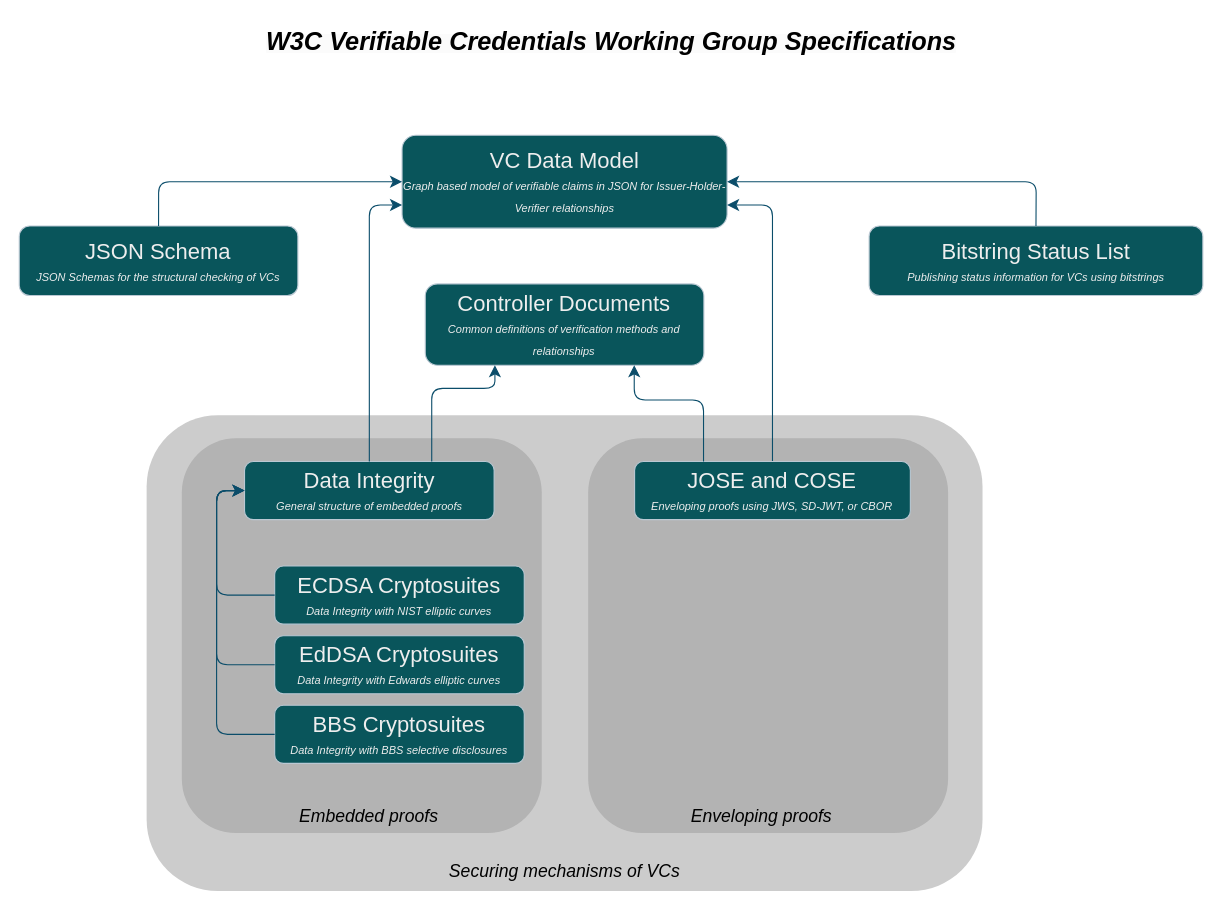
This is assets/VCWG_specifications.drawio from w3c/verifiable-credentials, a draw.io file, before an edit. Source tidied: cells renumbered, new cells numbered last; positions are measured from the earlier drawing's top-left corner, leaving out a move shared by most shapes. Both pictures are drawn from the tidied source at 110%, with x=0, y=0 at pixel (19, 19).
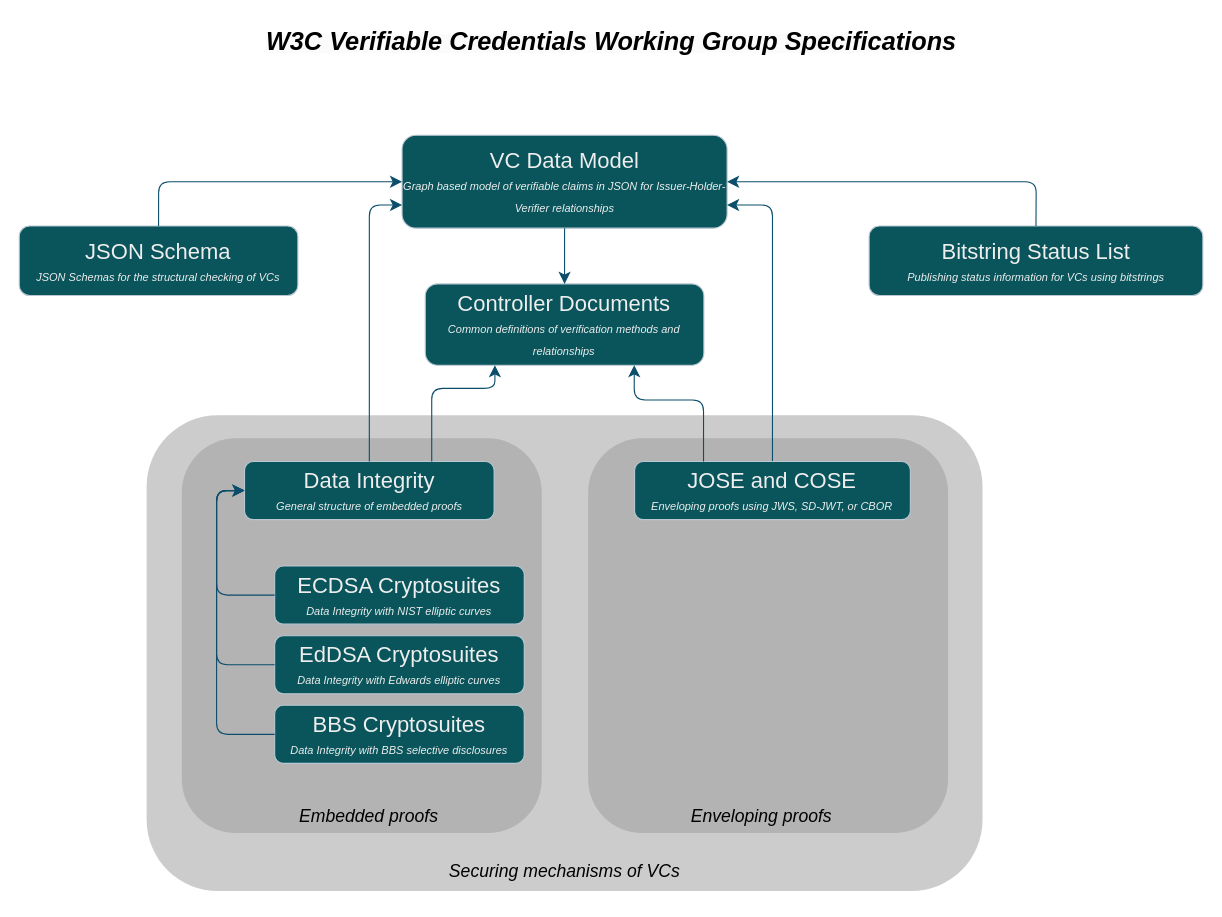
The same diagram, later.

Unchanged cells that the change refers to:
```xml
<mxCell id="5" value="&lt;font style=&quot;font-size: 20px;&quot;&gt;VC Data Model&lt;/font&gt;&lt;br&gt;&lt;font style=&quot;font-size: 10px;&quot;&gt;&lt;i&gt;Graph based model of verifiable claims in JSON for Issuer-Holder-Verifier relationships&lt;/i&gt;&lt;/font&gt;" style="rounded=1;whiteSpace=wrap;html=1;fontSize=16;labelBackgroundColor=none;fillColor=#09555B;strokeColor=#BAC8D3;fontColor=#EEEEEE;" parent="1" vertex="1">
  <mxGeometry x="348" y="105.5" width="295.5" height="84.4" as="geometry" />
</mxCell>
<mxCell id="22" value="&lt;font style=&quot;&quot;&gt;&lt;span style=&quot;font-size: 20px;&quot;&gt;Controller Documents&lt;/span&gt;&lt;/font&gt;&lt;div&gt;&lt;font style=&quot;&quot;&gt;&lt;i style=&quot;font-size: 10px;&quot;&gt;Common definitions of verification methods and relationships&lt;/i&gt;&lt;br&gt;&lt;/font&gt;&lt;/div&gt;" style="rounded=1;whiteSpace=wrap;html=1;fontSize=16;labelBackgroundColor=none;fillColor=#09555B;strokeColor=#BAC8D3;fontColor=#EEEEEE;" parent="1" vertex="1">
  <mxGeometry x="369.1" y="240.6" width="253.3" height="73.9" as="geometry" />
</mxCell>
```

The edit, as a diff of the source:
```diff
@@
+    <mxCell id="27" style="edgeStyle=elbowEdgeStyle;elbow=vertical;endArrow=classic;html=1;curved=0;rounded=1;endSize=8;startSize=8;fontSize=12;exitX=0.5;exitY=1;exitDx=0;exitDy=0;entryX=0.5;entryY=0;entryDx=0;entryDy=0;labelBackgroundColor=none;strokeColor=#0B4D6A;fontColor=default;" parent="1" edge="1" source="5" target="22">
+      <mxGeometry relative="1" as="geometry">
+        <Array as="points">
+          <mxPoint x="550" y="210" />
+        </Array>
+      </mxGeometry>
+    </mxCell>
```
